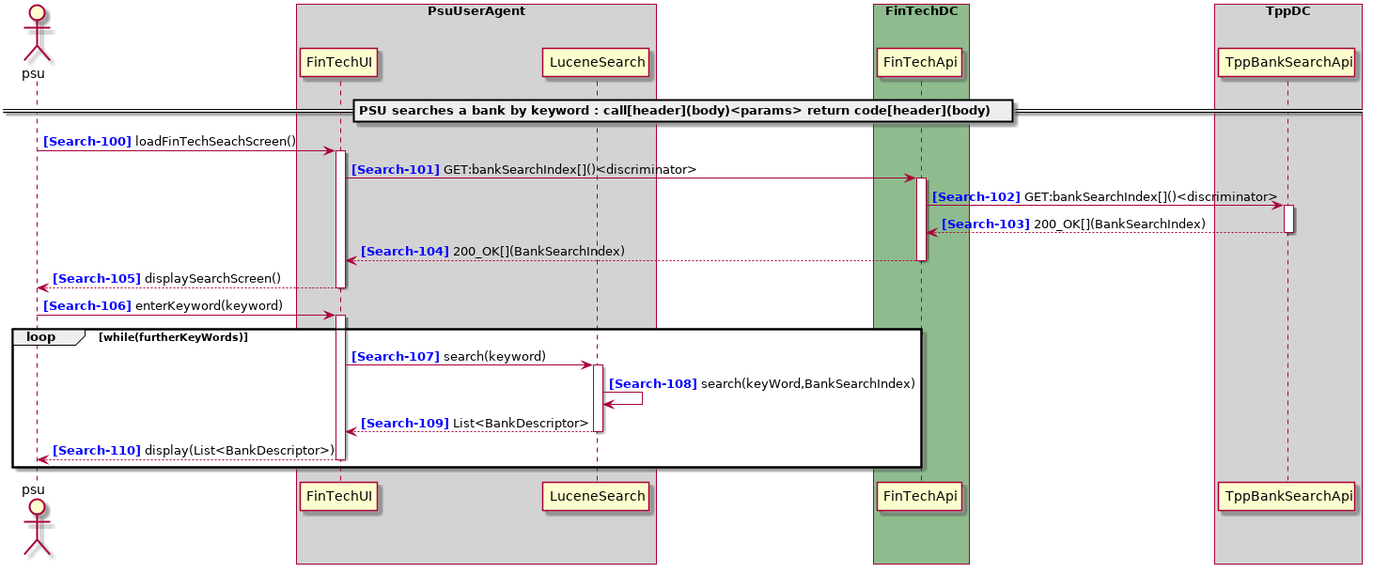
adorsys/open-banking-gateway keeps this PlantUML diagram as doc/develop/architecture/diagrams/useCases/2a-searchBankLocal.png. Above is the earlier version. Source of this version:
```plantuml
@startuml

autonumber 100 "<b><color blue>[Search-000]</color></b>"
actor psu

box "PsuUserAgent" #LightGray
    participant "FinTechUI" as FinTechUI
    participant "LuceneSearch" as LuceneSearch
end box
box "FinTechDC" #DarkSeaGreen
    participant "FinTechApi" as FinTechApi
end box
box "TppDC" #LightGray
    participant "TppBankSearchApi" as TppBankSearchApi

end box
box "AspspDC" #LightSkyBlue
end box

== PSU searches a bank by keyword : call[header](body)<params> return code[header](body) ==

psu -> FinTechUI ++ : loadFinTechSeachScreen()
FinTechUI -> FinTechApi ++ : GET:bankSearchIndex[]()<discriminator>
FinTechApi -> TppBankSearchApi ++ : GET:bankSearchIndex[]()<discriminator>
return 200_OK[](BankSearchIndex)
return 200_OK[](BankSearchIndex)
return displaySearchScreen()
psu -> FinTechUI ++ : enterKeyword(keyword)
loop while(furtherKeyWords)
FinTechUI -> LuceneSearch ++ : search(keyword)
LuceneSearch -> LuceneSearch : search(keyWord,BankSearchIndex)
return List<BankDescriptor>
return display(List<BankDescriptor>)
end
@enduml
```
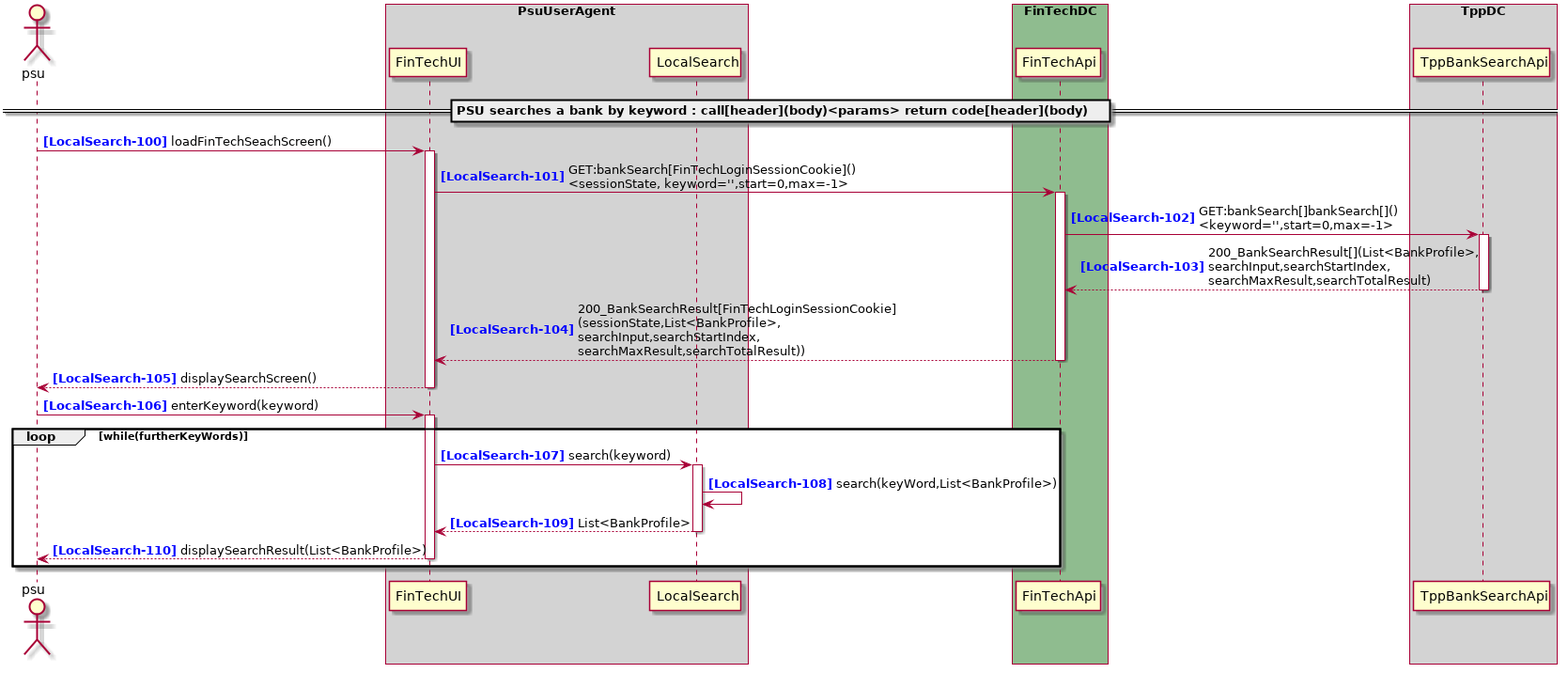
After the commit.

The edit, as a diff of the source:
```diff
@@ -1,11 +1,11 @@
 @startuml
 
-autonumber 100 "<b><color blue>[Search-000]</color></b>"
+autonumber 100 "<b><color blue>[LocalSearch-000]</color></b>"
 actor psu
 
 box "PsuUserAgent" #LightGray
     participant "FinTechUI" as FinTechUI
-    participant "LuceneSearch" as LuceneSearch
+    participant "LocalSearch" as LocalSearch
 end box
 box "FinTechDC" #DarkSeaGreen
     participant "FinTechApi" as FinTechApi
@@ -20,16 +20,16 @@
 == PSU searches a bank by keyword : call[header](body)<params> return code[header](body) ==
 
 psu -> FinTechUI ++ : loadFinTechSeachScreen()
-FinTechUI -> FinTechApi ++ : GET:bankSearchIndex[]()<discriminator>
-FinTechApi -> TppBankSearchApi ++ : GET:bankSearchIndex[]()<discriminator>
-return 200_OK[](BankSearchIndex)
-return 200_OK[](BankSearchIndex)
+FinTechUI -> FinTechApi ++ : GET:bankSearch[FinTechLoginSessionCookie]()\n<sessionState, keyword='',start=0,max=-1>
+FinTechApi -> TppBankSearchApi ++ : GET:bankSearch[]bankSearch[]()\n<keyword='',start=0,max=-1>
+return 200_BankSearchResult[](List<BankProfile>,\nsearchInput,searchStartIndex,\nsearchMaxResult,searchTotalResult)
+return 200_BankSearchResult[FinTechLoginSessionCookie]\n(sessionState,List<BankProfile>,\nsearchInput,searchStartIndex,\nsearchMaxResult,searchTotalResult))
 return displaySearchScreen()
 psu -> FinTechUI ++ : enterKeyword(keyword)
 loop while(furtherKeyWords)
-FinTechUI -> LuceneSearch ++ : search(keyword)
-LuceneSearch -> LuceneSearch : search(keyWord,BankSearchIndex)
-return List<BankDescriptor>
-return display(List<BankDescriptor>)
+FinTechUI -> LocalSearch ++ : search(keyword)
+LocalSearch -> LocalSearch : search(keyWord,List<BankProfile>)
+return List<BankProfile>
+return displaySearchResult(List<BankProfile>)
 end
 @enduml
```
